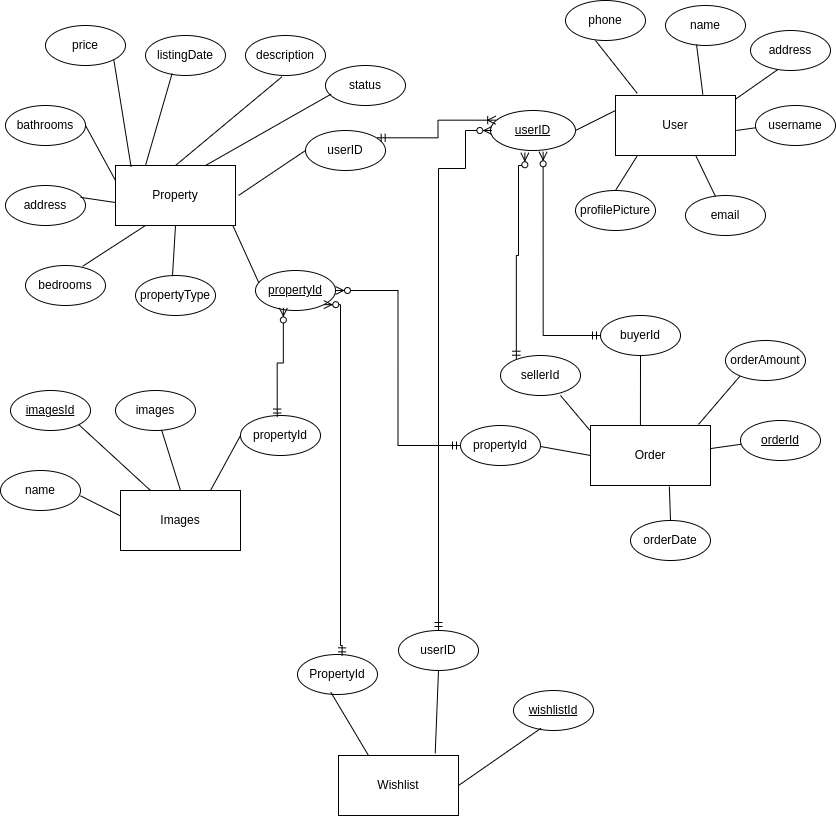
The draw.io diagram ER Diagram.png in Pro4tech/CDAC_Project, before a commit. Source tidied: cells renumbered, new cells last; positions are measured from the earlier drawing's top-left corner, leaving out a move shared by most shapes.
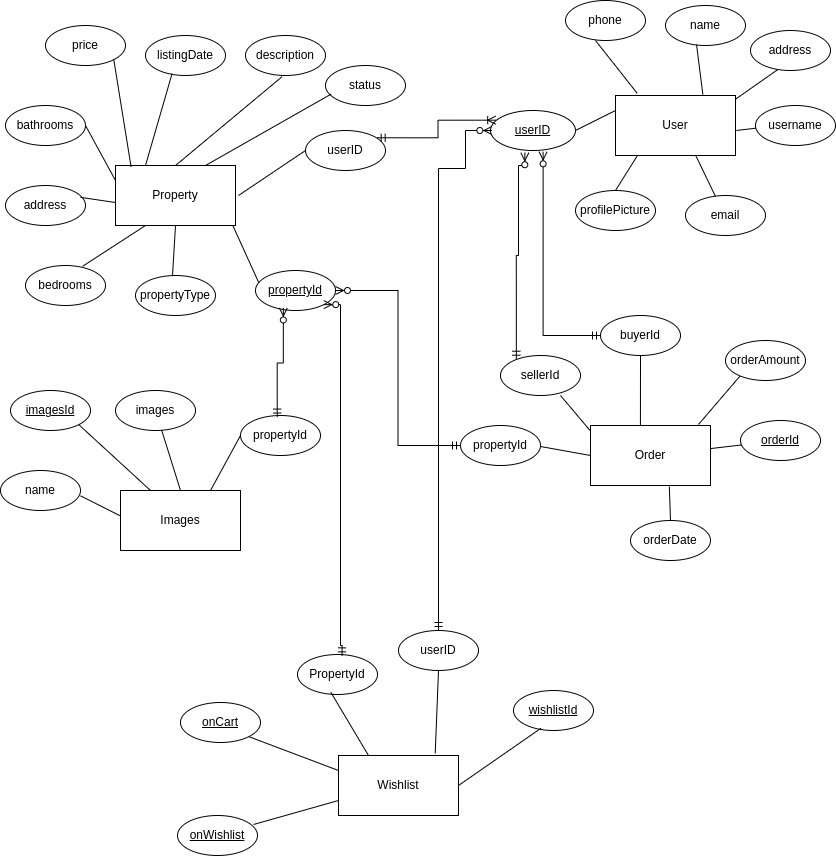
Above is the later version.

Diff of the diagram source:
```diff
@@ -263,5 +263,17 @@
         </Array>
       </mxGeometry>
     </mxCell>
+    <mxCell id="78" value="&lt;u&gt;onCart&lt;/u&gt;" style="ellipse;whiteSpace=wrap;html=1;labelBackgroundColor=none;" parent="1" vertex="1">
+      <mxGeometry x="180" y="702" width="80" height="40" as="geometry" />
+    </mxCell>
+    <mxCell id="79" style="endArrow=none;html=1;rounded=0;entryX=0;entryY=0.25;entryDx=0;entryDy=0;exitX=1;exitY=1;exitDx=0;exitDy=0;labelBackgroundColor=none;fontColor=default;" parent="1" edge="1" source="78" target="75">
+      <mxGeometry relative="1" as="geometry" />
+    </mxCell>
+    <mxCell id="80" value="&lt;u&gt;onWishlist&lt;/u&gt;" style="ellipse;whiteSpace=wrap;html=1;labelBackgroundColor=none;" parent="1" vertex="1">
+      <mxGeometry x="177" y="815" width="80" height="40" as="geometry" />
+    </mxCell>
+    <mxCell id="81" style="endArrow=none;html=1;rounded=0;entryX=0;entryY=0.75;entryDx=0;entryDy=0;exitX=0.95;exitY=0.225;exitDx=0;exitDy=0;labelBackgroundColor=none;fontColor=default;exitPerimeter=0;" parent="1" edge="1" source="80" target="75">
+      <mxGeometry relative="1" as="geometry" />
+    </mxCell>
   </root>
 </mxGraphModel>
```
